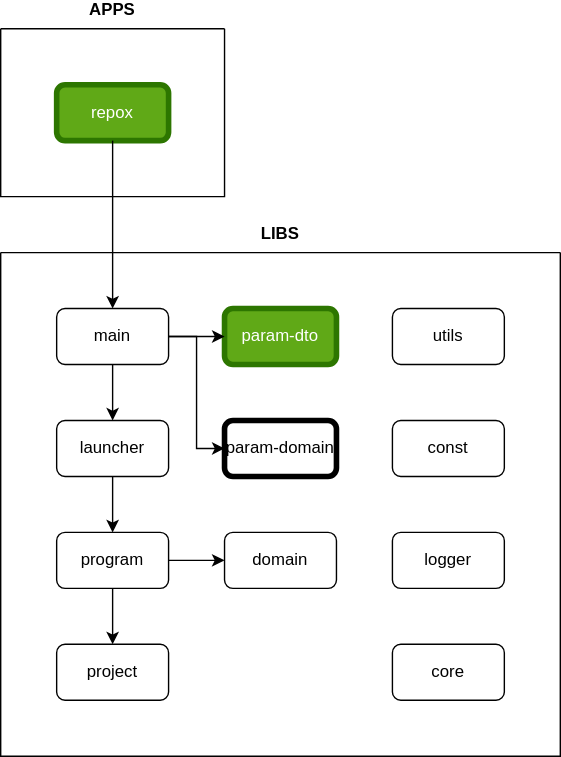
Before: docs/dependency.svg, a diagram exported from draw.io (jaqba98/repox). Source tidied: cells renumbered, new cells last; positions are measured from the earlier drawing's top-left corner, leaving out a move shared by most shapes.
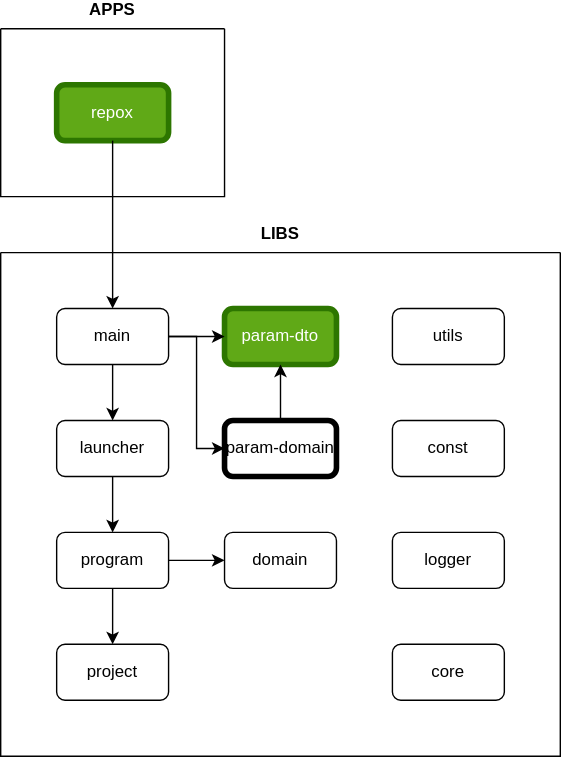
The same file after the commit.

Diff of the diagram source:
```diff
@@ -38,6 +38,9 @@
     <mxCell id="13" style="edgeStyle=orthogonalEdgeStyle;rounded=0;jettySize=auto;html=1;" parent="2" edge="1" source="10" target="12">
       <mxGeometry relative="1" as="geometry" />
     </mxCell>
+    <mxCell id="23" style="edgeStyle=orthogonalEdgeStyle;rounded=0;jettySize=auto;html=1;entryX=0.5;entryY=1;entryDx=0;entryDy=0;" parent="2" edge="1" source="14" target="6">
+      <mxGeometry relative="1" as="geometry" />
+    </mxCell>
     <mxCell id="14" value="param-domain" style="rounded=1;whiteSpace=wrap;html=1;strokeWidth=4;" parent="2" vertex="1">
       <mxGeometry x="160" y="120" width="80" height="40" as="geometry" />
     </mxCell>
```
